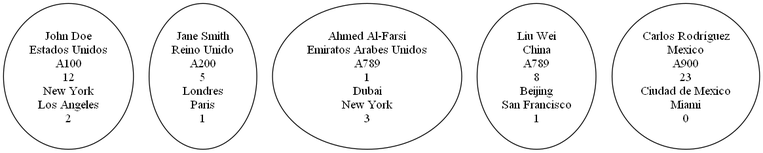
Before: lista_pasajeros.png, a diagram exported from Graphviz (sajche12/201904490_EDD_Practica). Its source is kept beside it as lista_pasajeros.dot. Its diagram source:
```dot
digraph ListaPasajeros {
    P12345678 [label="John Doe\nEstados Unidos\nA100\n12\nNew York\nLos Angeles\n2"];
    P98765432 [label="Jane Smith\nReino Unido\nA200\n5\nLondres\nParis\n1"];
    P34567890 [label="Ahmed Al-Farsi\nEmiratos Arabes Unidos\nA789\n1\nDubai\nNew York\n3"];
    P23456789 [label="Liu Wei\nChina\nA789\n8\nBeijing\nSan Francisco\n1"];
    P45678901 [label="Carlos Rodríguez\nMexico\nA900\n23\nCiudad de Mexico\nMiami\n0"];
}
```
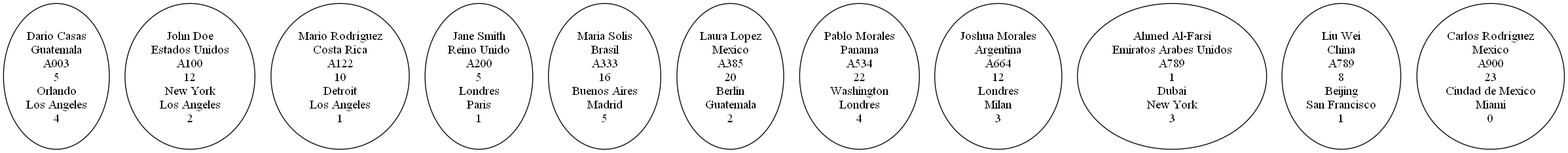
After the commit.

Change to the diagram source:
```diff
@@ -1,6 +1,12 @@
 digraph ListaPasajeros {
+    P34567891 [label="Dario Casas\nGuatemala\nA003\n5\nOrlando\nLos Angeles\n4"];
     P12345678 [label="John Doe\nEstados Unidos\nA100\n12\nNew York\nLos Angeles\n2"];
+    P33479810 [label="Mario Rodríguez\nCosta Rica\nA122\n10\nDetroit\nLos Angeles\n1"];
     P98765432 [label="Jane Smith\nReino Unido\nA200\n5\nLondres\nParis\n1"];
+    P34875201 [label="Maria Solis\nBrasil\nA333\n16\nBuenos Aires\nMadrid\n5"];
+    P17829844 [label="Laura Lopez\nMexico\nA385\n20\nBerlin\nGuatemala\n2"];
+    P84552016 [label="Pablo Morales\nPanama\nA534\n22\nWashington\nLondres\n4"];
+    P65842016 [label="Joshua Morales\nArgentina\nA664\n12\nLondres\nMilan\n3"];
     P34567890 [label="Ahmed Al-Farsi\nEmiratos Arabes Unidos\nA789\n1\nDubai\nNew York\n3"];
     P23456789 [label="Liu Wei\nChina\nA789\n8\nBeijing\nSan Francisco\n1"];
     P45678901 [label="Carlos Rodríguez\nMexico\nA900\n23\nCiudad de Mexico\nMiami\n0"];
```
